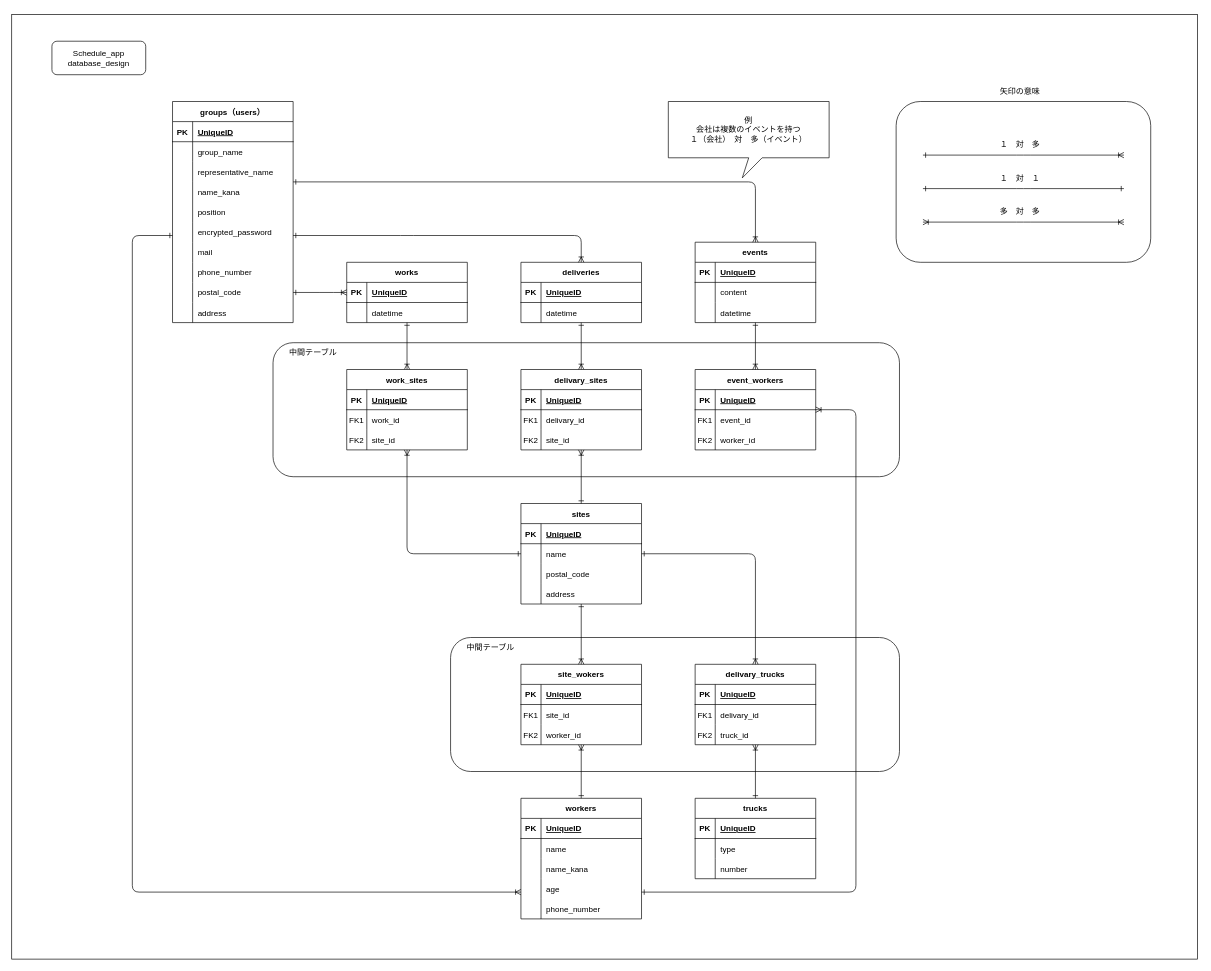
Earlier version of the draw.io diagram database.drawio (nagai-sho/schedule_app). Source tidied: cells renumbered, new cells numbered last; positions are measured from the earlier drawing's top-left corner, leaving out a move shared by most shapes. Both pictures are drawn from the tidied source at 67%, with x=0, y=0 at pixel (11, 14).
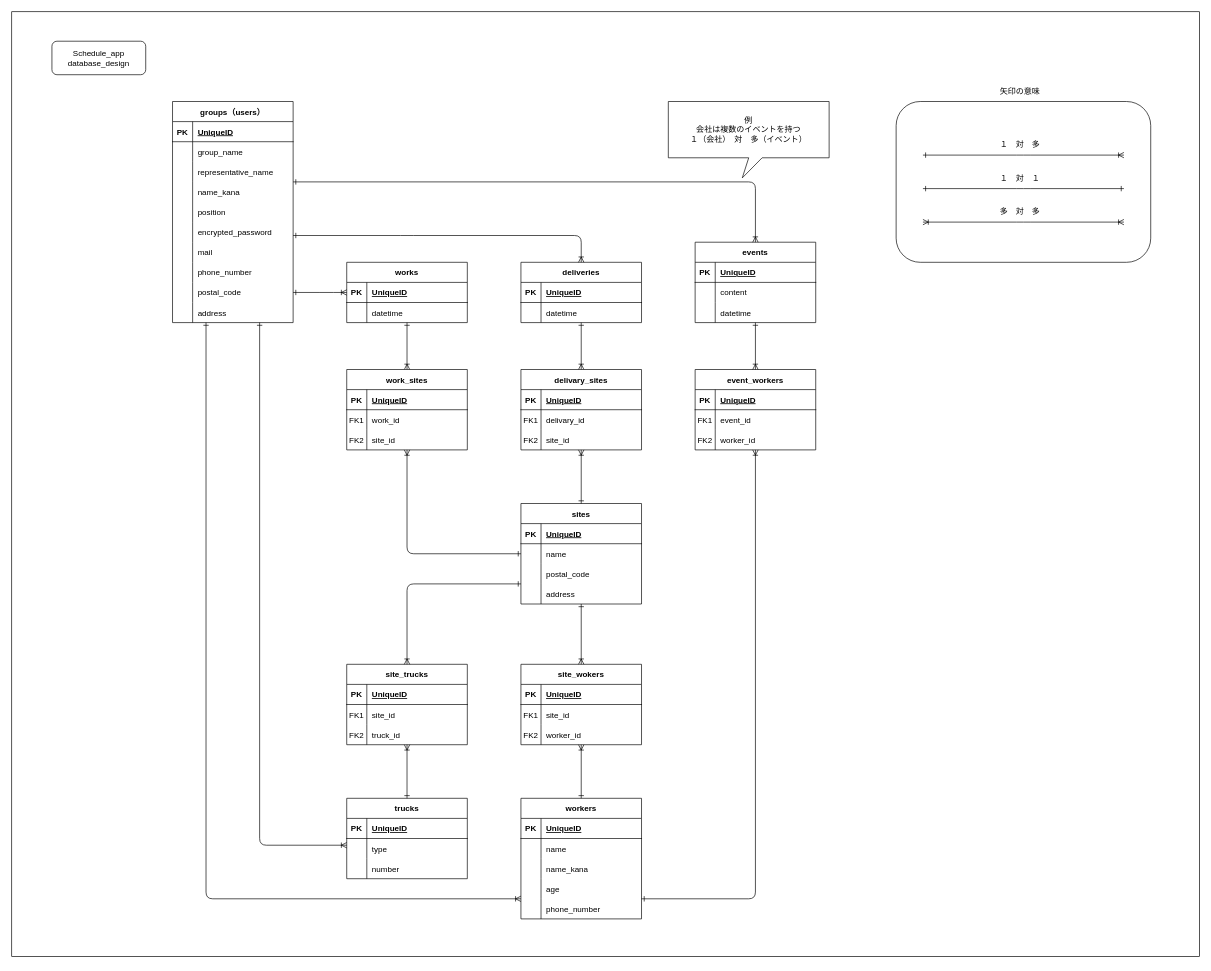
The same diagram, later.

The change refers to these unchanged cells:
```xml
<mxCell id="11" value="groups（users）" style="shape=table;startSize=30;childLayout=tableLayout;rowLines=0;fontStyle=1;align=center;" parent="1" vertex="1">
  <mxGeometry x="240" y="130" width="180" height="330" as="geometry" />
</mxCell>
<mxCell id="42" value="sites" style="shape=table;startSize=30;childLayout=tableLayout;rowLines=0;fontStyle=1;align=center;" parent="1" vertex="1">
  <mxGeometry x="760" y="730" width="180" height="150" as="geometry" />
</mxCell>
<mxCell id="90" value="workers" style="shape=table;startSize=30;childLayout=tableLayout;rowLines=0;fontStyle=1;align=center;" parent="1" vertex="1">
  <mxGeometry x="760" y="1170" width="180" height="180" as="geometry" />
</mxCell>
<mxCell id="149" style="shape=tableRow;horizontal=0;startSize=0;swimlaneHead=0;swimlaneBody=0;fillColor=none;top=0;left=0;right=0;bottom=0;" parent="145" vertex="1">
  <mxGeometry y="60" width="180" height="30" as="geometry" />
</mxCell>
<mxCell id="157" value="event_workers" style="shape=table;startSize=30;childLayout=tableLayout;rowLines=0;fontStyle=1;align=center;" parent="1" vertex="1">
  <mxGeometry x="1020" y="530" width="180" height="120" as="geometry" />
</mxCell>
```

Change to the diagram source:
```diff
@@
-<mxGraphModel>
+<mxGraphModel background="#ffffff">
@@
     <mxCell id="2" style="rounded=0;whiteSpace=wrap;html=1;fillColor=none;" parent="1" vertex="1">
-      <mxGeometry width="1770" height="1410" as="geometry" />
+      <mxGeometry y="-4" width="1773" height="1410" as="geometry" />
     </mxCell>
-    <mxCell id="3" style="group;fillColor=none;" parent="1" vertex="1">
-      <mxGeometry x="390" y="490" width="935" height="640" as="geometry" />
-    </mxCell>
-    <mxCell id="4" style="group;" parent="3" vertex="1">
-      <mxGeometry x="265" y="440" width="670" height="200" as="geometry" />
-    </mxCell>
-    <mxCell id="5" style="rounded=1;whiteSpace=wrap;html=1;" parent="4" vertex="1">
-      <mxGeometry width="670" height="200" as="geometry" />
-    </mxCell>
-    <mxCell id="6" value="中間テーブル" style="text;html=1;strokeColor=none;fillColor=none;align=center;verticalAlign=middle;whiteSpace=wrap;rounded=0;" parent="4" vertex="1">
-      <mxGeometry width="120" height="30" as="geometry" />
-    </mxCell>
-    <mxCell id="7" style="group;" parent="3" vertex="1">
-      <mxGeometry width="935" height="200" as="geometry" />
-    </mxCell>
-    <mxCell id="8" style="rounded=1;whiteSpace=wrap;html=1;" parent="7" vertex="1">
-      <mxGeometry width="935" height="200" as="geometry" />
-    </mxCell>
-    <mxCell id="9" value="中間テーブル" style="text;html=1;strokeColor=none;fillColor=none;align=center;verticalAlign=middle;whiteSpace=wrap;rounded=0;" parent="7" vertex="1">
-      <mxGeometry width="120" height="30" as="geometry" />
-    </mxCell>
@@
     <mxCell id="79" value="trucks" style="shape=table;startSize=30;childLayout=tableLayout;rowLines=0;fontStyle=1;align=center;" parent="1" vertex="1">
-      <mxGeometry x="1020" y="1170" width="180" height="120" as="geometry" />
+      <mxGeometry x="500" y="1170" width="180" height="120" as="geometry" />
     </mxCell>
@@
     <mxCell id="109" style="edgeStyle=orthogonalEdgeStyle;html=1;endArrow=ERoneToMany;endFill=0;startArrow=ERone;startFill=0;" parent="1" edge="1" source="11" target="90">
       <mxGeometry relative="1" as="geometry">
         <Array as="points">
-          <mxPoint x="180" y="330" />
-          <mxPoint x="180" y="1310" />
+          <mxPoint x="290" y="1320" />
         </Array>
       </mxGeometry>
     </mxCell>
@@
-    <mxCell id="145" value="delivary_trucks" style="shape=table;startSize=30;childLayout=tableLayout;rowLines=0;fontStyle=1;align=center;" parent="1" vertex="1">
-      <mxGeometry x="1020" y="970" width="180" height="120" as="geometry" />
+    <mxCell id="145" value="site_trucks" style="shape=table;startSize=30;childLayout=tableLayout;rowLines=0;fontStyle=1;align=center;" parent="1" vertex="1">
+      <mxGeometry x="500" y="970" width="180" height="120" as="geometry" />
     </mxCell>
@@
-    <mxCell id="151" value="delivary_id" style="shape=partialRectangle;fillColor=none;top=0;left=0;bottom=0;right=0;align=left;spacingLeft=6;overflow=hidden;" parent="149" vertex="1">
+    <mxCell id="151" value="site_id" style="shape=partialRectangle;fillColor=none;top=0;left=0;bottom=0;right=0;align=left;spacingLeft=6;overflow=hidden;" parent="149" vertex="1">
       <mxGeometry x="30" width="150" height="30" as="geometry" />
     </mxCell>
@@
     <mxCell id="155" style="edgeStyle=orthogonalEdgeStyle;html=1;endArrow=ERoneToMany;endFill=0;startArrow=ERone;startFill=0;" parent="1" edge="1" source="42" target="145">
       <mxGeometry relative="1" as="geometry">
         <Array as="points">
-          <mxPoint x="1110" y="805" />
+          <mxPoint x="590" y="850" />
         </Array>
       </mxGeometry>
     </mxCell>
@@
     <mxCell id="167" style="edgeStyle=orthogonalEdgeStyle;html=1;endArrow=ERoneToMany;endFill=0;startArrow=ERone;startFill=0;" parent="1" edge="1" source="90" target="157">
       <mxGeometry relative="1" as="geometry">
         <Array as="points">
-          <mxPoint x="1260" y="1310" />
-          <mxPoint x="1260" y="590" />
+          <mxPoint x="1110" y="1320" />
         </Array>
       </mxGeometry>
     </mxCell>
@@
+    <mxCell id="180" style="edgeStyle=orthogonalEdgeStyle;html=1;endArrow=ERoneToMany;endFill=0;startArrow=ERone;startFill=0;" parent="1" edge="1" source="11" target="79">
+      <mxGeometry relative="1" as="geometry">
+        <Array as="points">
+          <mxPoint x="370" y="1240" />
+        </Array>
+      </mxGeometry>
+    </mxCell>
```
